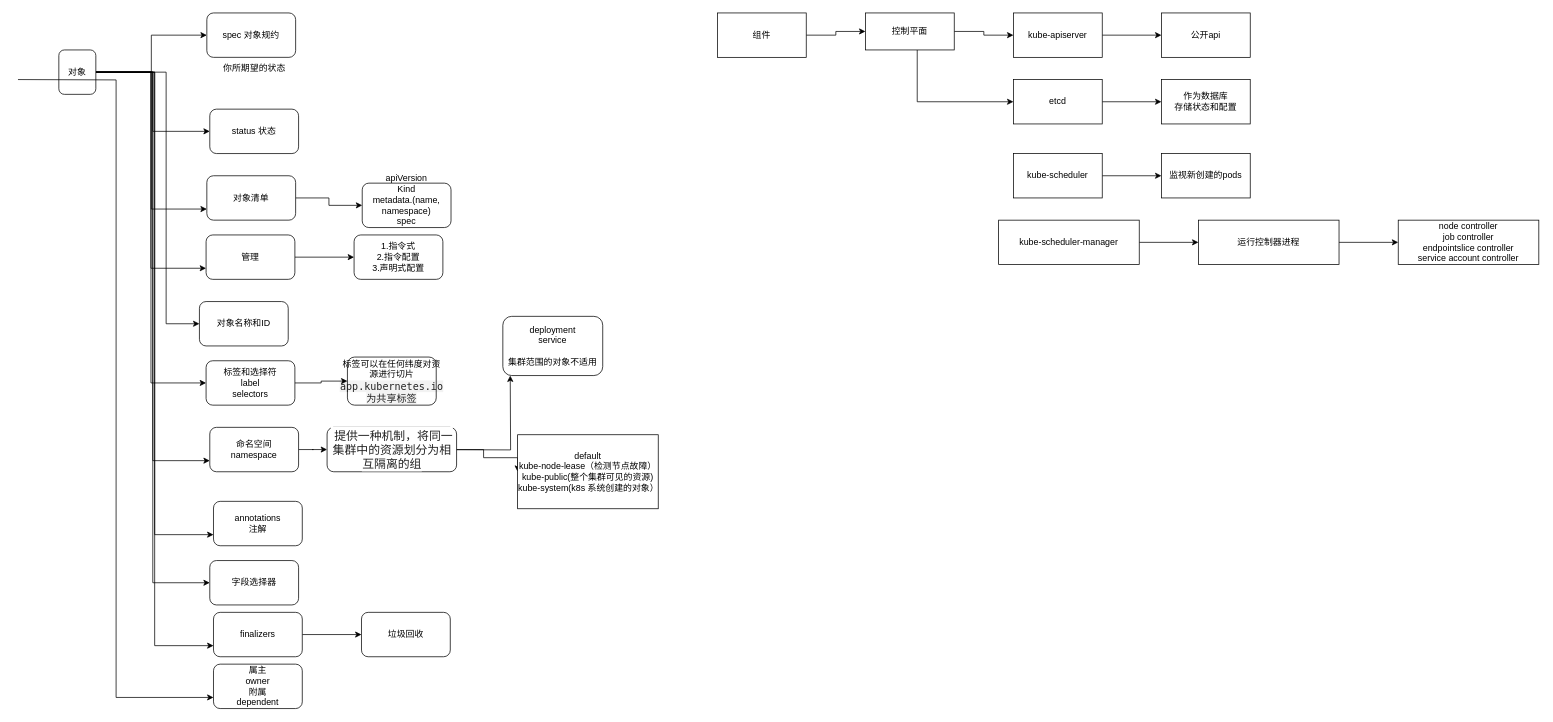
Before: k8s.drawio in onlyonedaniel/wiki, a draw.io diagram. Source tidied: cells renumbered, new cells numbered last; positions are measured from the earlier drawing's top-left corner, leaving out a move shared by most shapes. Both pictures are drawn from the tidied source at 74%, with x=0, y=0 at pixel (18, 13).
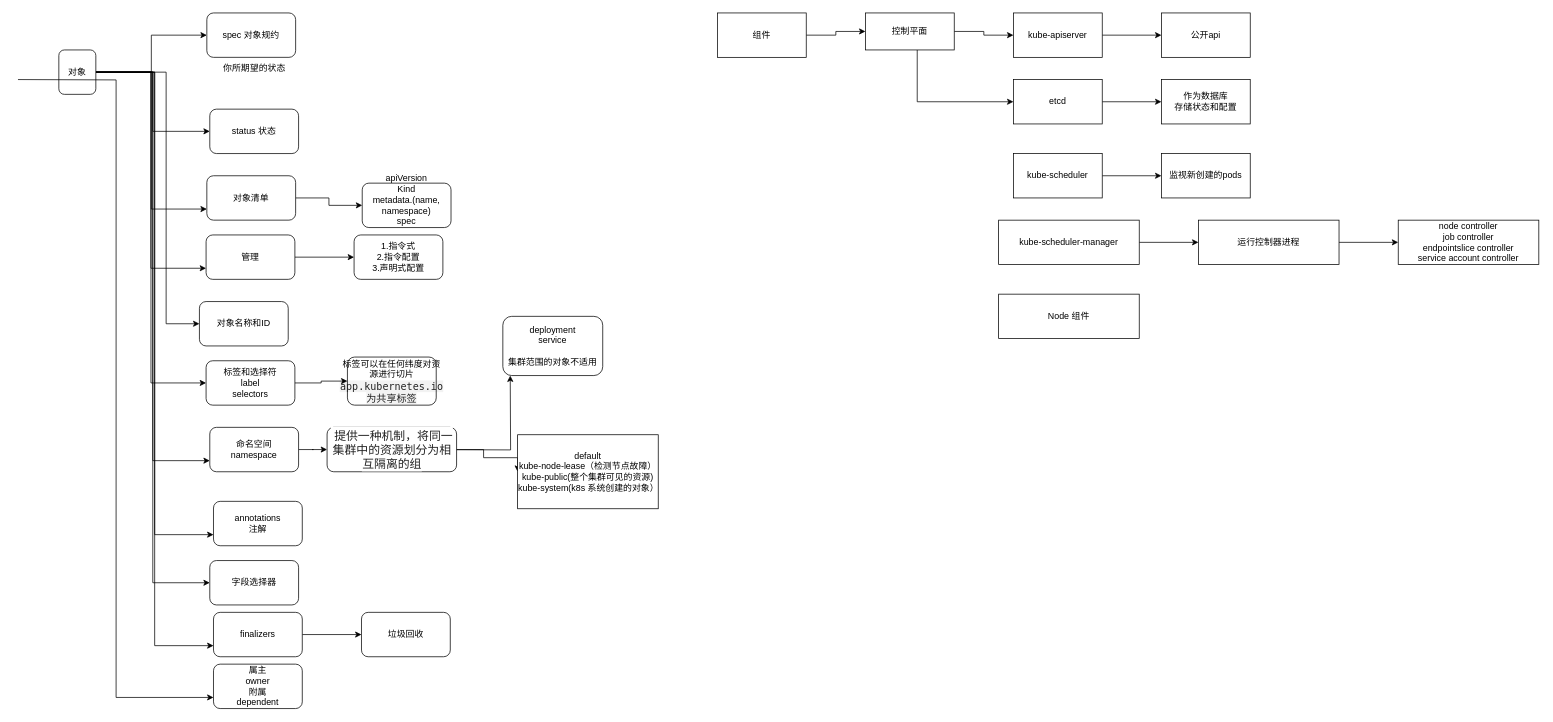
The same diagram, later.

The edit, as a diff of the source:
```diff
@@
+    <mxCell id="59" value="Node 组件" style="whiteSpace=wrap;html=1;" parent="1" vertex="1">
+      <mxGeometry x="1325" y="380" width="190" height="60" as="geometry" />
+    </mxCell>
```
